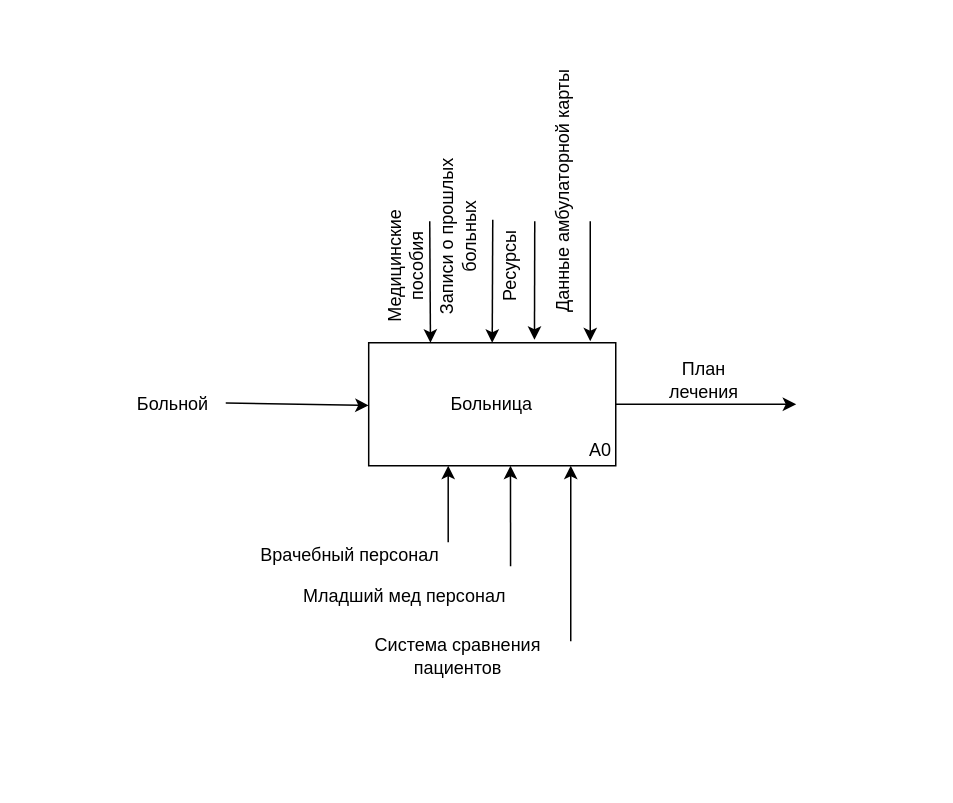
Before: page "to-be context" (3 of 10) of dz/IDEF0.drawio in FackOff25/monitorings, a draw.io diagram. Source tidied: cells renumbered, new cells numbered last; positions are measured from the earlier drawing's top-left corner, leaving out a move shared by most shapes. Both pictures are drawn from the tidied source at 150%, with x=0, y=0 at pixel (120, 176).
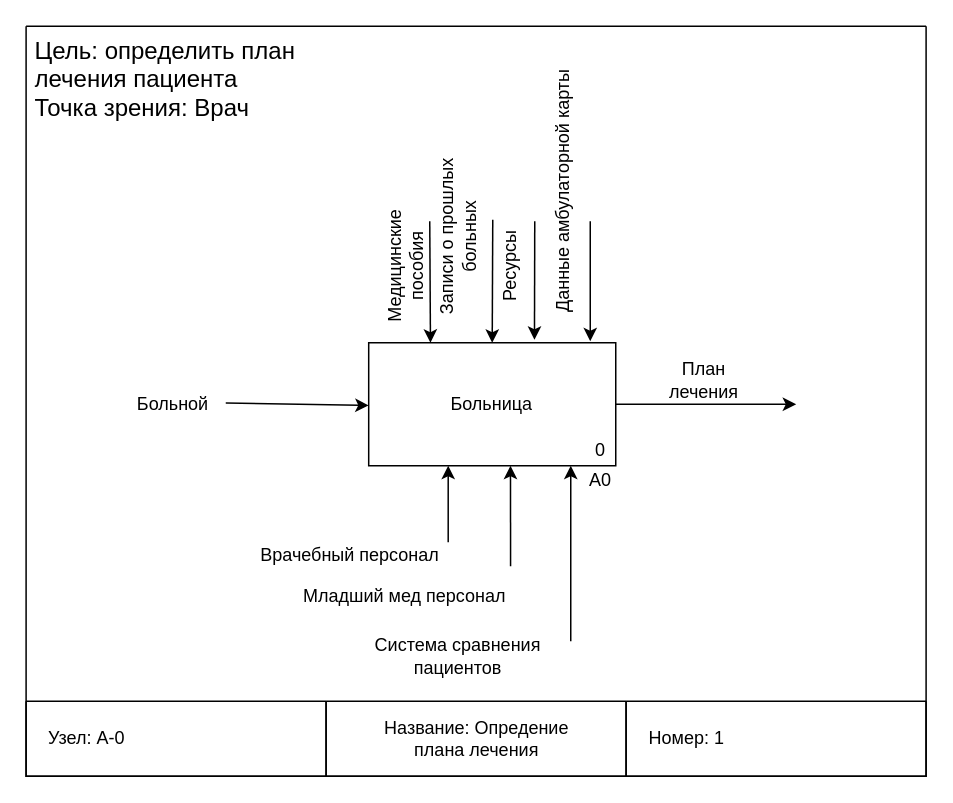
The same page after the edit.

The edit, as a diff of the source:
```diff
@@
-    <mxCell id="15" value="A0" style="text;html=1;strokeColor=none;fillColor=none;align=center;verticalAlign=middle;whiteSpace=wrap;rounded=0;" parent="1" vertex="1">
+    <mxCell id="15" value="0" style="text;html=1;strokeColor=none;fillColor=none;align=center;verticalAlign=middle;whiteSpace=wrap;rounded=0;" parent="1" vertex="1">
       <mxGeometry x="310" y="173" width="20" height="20" as="geometry" />
     </mxCell>
@@
+    <mxCell id="22" value="A0" style="text;html=1;strokeColor=none;fillColor=none;align=center;verticalAlign=middle;whiteSpace=wrap;rounded=0;" parent="1" vertex="1">
+      <mxGeometry x="310" y="193" width="20" height="20" as="geometry" />
+    </mxCell>
+    <mxCell id="23" style="swimlane;startSize=0;" parent="1" vertex="1">
+      <mxGeometry x="-63.1" y="-100" width="600" height="500" as="geometry" />
+    </mxCell>
+    <mxCell id="24" value="&lt;div&gt;&lt;font style=&quot;font-size: 16px;&quot;&gt;Цель: определить план лечения пациента&lt;/font&gt;&lt;/div&gt;&lt;div&gt;&lt;font style=&quot;font-size: 16px;&quot;&gt;Точка зрения: Врач&lt;font&gt;&lt;br&gt;&lt;/font&gt;&lt;/font&gt;&lt;/div&gt;" style="text;strokeColor=none;fillColor=none;align=left;verticalAlign=middle;spacingLeft=4;spacingRight=4;overflow=hidden;whiteSpace=wrap;html=1;" parent="23" vertex="1">
+      <mxGeometry width="220" height="70" as="geometry" />
+    </mxCell>
+    <mxCell id="25" style="swimlane;startSize=0;" parent="23" vertex="1">
+      <mxGeometry y="450" width="200" height="50" as="geometry" />
+    </mxCell>
+    <mxCell id="26" value="Узел: A-0" style="text;html=1;align=center;verticalAlign=middle;strokeColor=none;fillColor=none;" parent="25" vertex="1">
+      <mxGeometry y="10" width="80" height="30" as="geometry" />
+    </mxCell>
+    <mxCell id="27" style="swimlane;startSize=0;" parent="23" vertex="1">
+      <mxGeometry x="200" y="450" width="200" height="50" as="geometry" />
+    </mxCell>
+    <mxCell id="28" value="&lt;div&gt;Название: Опредение&lt;/div&gt;&lt;div&gt;плана лечения&lt;/div&gt;" style="text;html=1;align=center;verticalAlign=middle;strokeColor=none;fillColor=none;" parent="27" vertex="1">
+      <mxGeometry x="25.4" y="5" width="150" height="40" as="geometry" />
+    </mxCell>
+    <mxCell id="29" style="swimlane;startSize=0;" parent="23" vertex="1">
+      <mxGeometry x="400" y="450" width="200" height="50" as="geometry" />
+    </mxCell>
+    <mxCell id="30" value="Номер: 1" style="text;html=1;align=center;verticalAlign=middle;strokeColor=none;fillColor=none;" parent="29" vertex="1">
+      <mxGeometry x="5" y="10" width="70" height="30" as="geometry" />
+    </mxCell>
```
